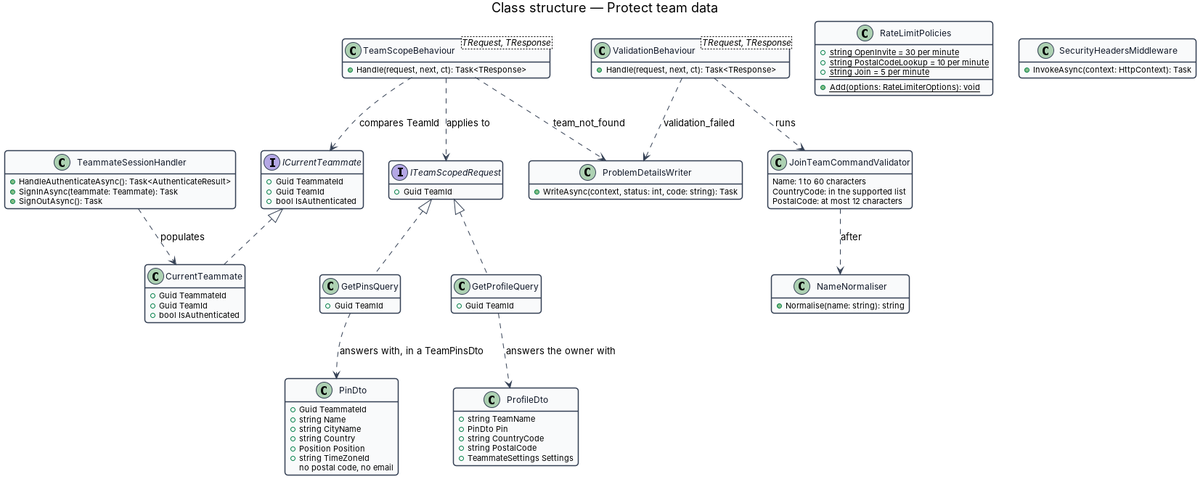
The PlantUML diagram docs/detailed-designs/platform/protect-team-data/diagrams/class-structure.png in QuinntyneBrown/Mondino, before a commit. Its source is kept beside it as docs/detailed-designs/platform/protect-team-data/diagrams/class-structure.puml.
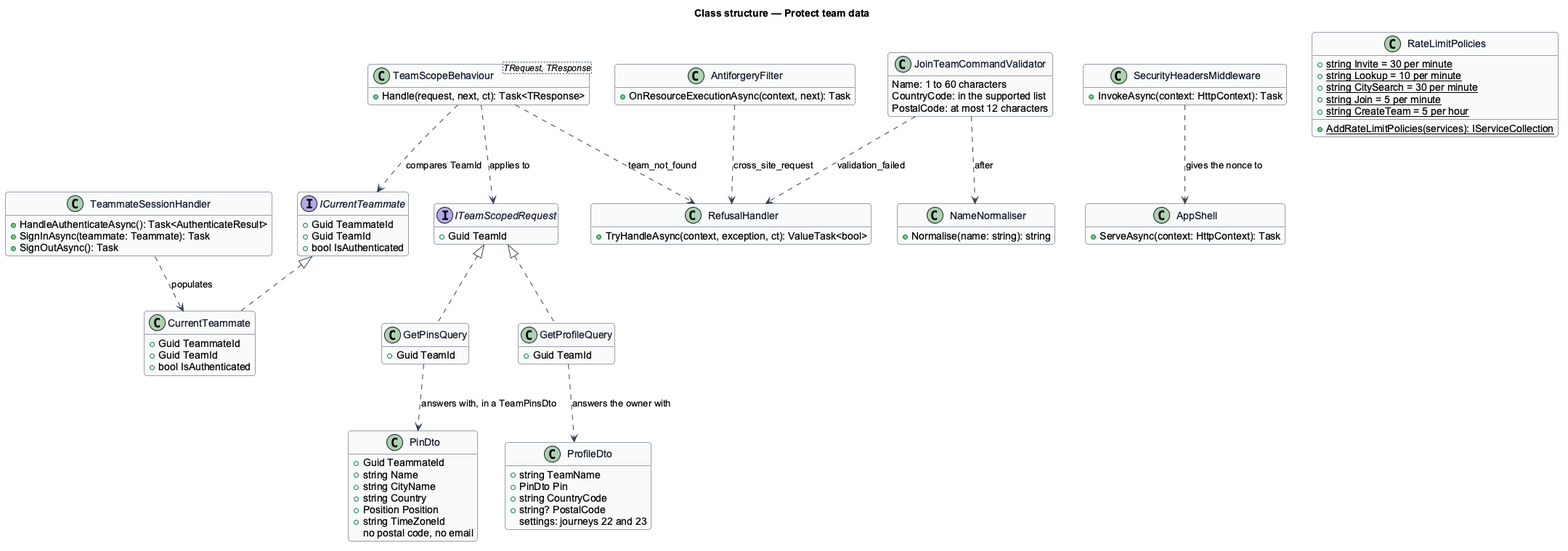
Later version of the same file.

The edit, as a diff of the source:
```diff
@@ -38,8 +38,12 @@
   +Handle(request, next, ct): Task<TResponse>
 }
 
-class ValidationBehaviour<TRequest, TResponse> {
-  +Handle(request, next, ct): Task<TResponse>
+class AntiforgeryFilter {
+  +OnResourceExecutionAsync(context, next): Task
+}
+
+class AppShell {
+  +ServeAsync(context: HttpContext): Task
 }
 
 class JoinTeamCommandValidator {
@@ -53,18 +57,20 @@
 }
 
 class RateLimitPolicies {
-  +{static} string OpenInvite = 30 per minute
-  +{static} string PostalCodeLookup = 10 per minute
+  +{static} string Invite = 30 per minute
+  +{static} string Lookup = 10 per minute
+  +{static} string CitySearch = 30 per minute
   +{static} string Join = 5 per minute
-  +{static} Add(options: RateLimiterOptions): void
+  +{static} string CreateTeam = 5 per hour
+  +{static} AddRateLimitPolicies(services): IServiceCollection
 }
 
 class SecurityHeadersMiddleware {
   +InvokeAsync(context: HttpContext): Task
 }
 
-class ProblemDetailsWriter {
-  +WriteAsync(context, status: int, code: string): Task
+class RefusalHandler {
+  +TryHandleAsync(context, exception, ct): ValueTask<bool>
 }
 
 class PinDto {
@@ -81,8 +87,8 @@
   +string TeamName
   +PinDto Pin
   +string CountryCode
-  +string PostalCode
-  +TeammateSettings Settings
+  +string? PostalCode
+  settings: journeys 22 and 23
 }
 
 class GetPinsQuery {
@@ -99,9 +105,10 @@
 TeamScopeBehaviour ..> ITeamScopedRequest : applies to
 ITeamScopedRequest <|.. GetPinsQuery
 ITeamScopedRequest <|.. GetProfileQuery
-TeamScopeBehaviour ..> ProblemDetailsWriter : team_not_found
-ValidationBehaviour ..> JoinTeamCommandValidator : runs
-ValidationBehaviour ..> ProblemDetailsWriter : validation_failed
+TeamScopeBehaviour ..> RefusalHandler : team_not_found
+JoinTeamCommandValidator ..> RefusalHandler : validation_failed
+AntiforgeryFilter ..> RefusalHandler : cross_site_request
+SecurityHeadersMiddleware ..> AppShell : gives the nonce to
 JoinTeamCommandValidator ..> NameNormaliser : after
 GetPinsQuery ..> PinDto : answers with, in a TeamPinsDto
 GetProfileQuery ..> ProfileDto : answers the owner with
```
